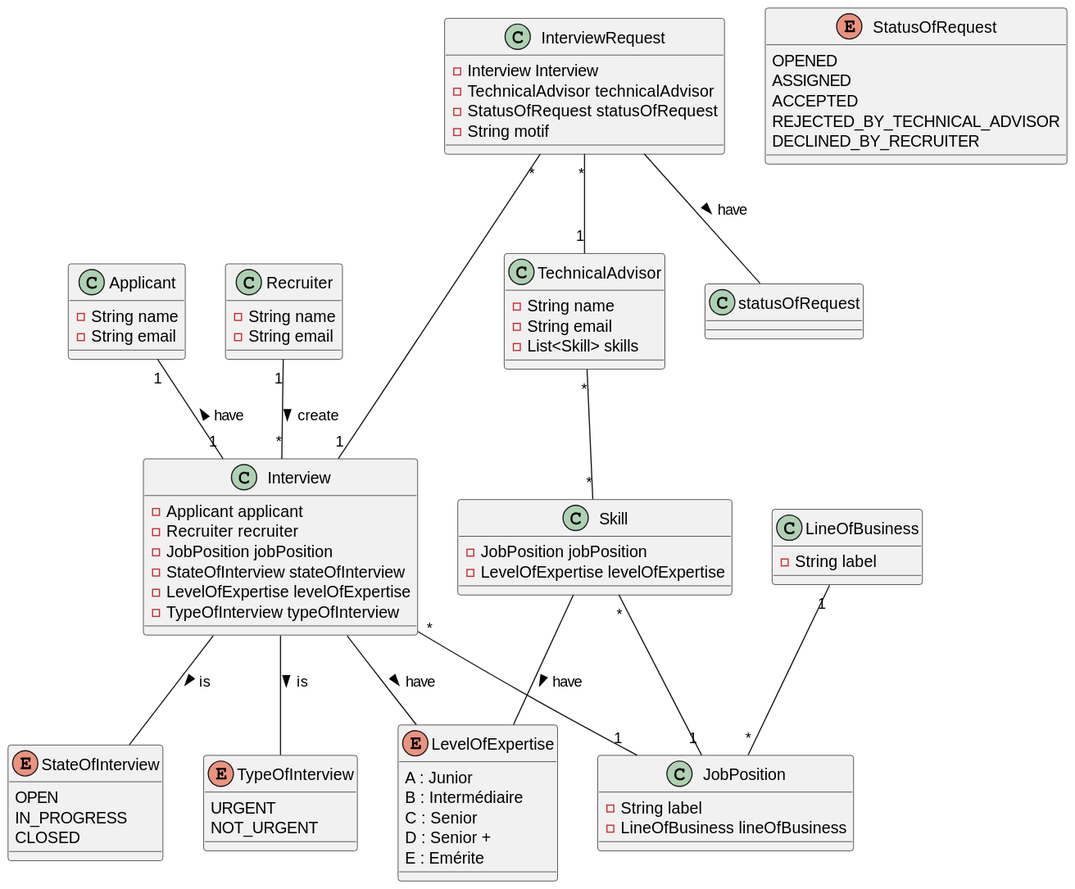
The PlantUML diagram documents/out/2-class/1-class_diagram/1-class_diagram.svg in iBoukhenna/interview-managment-system, before a commit.
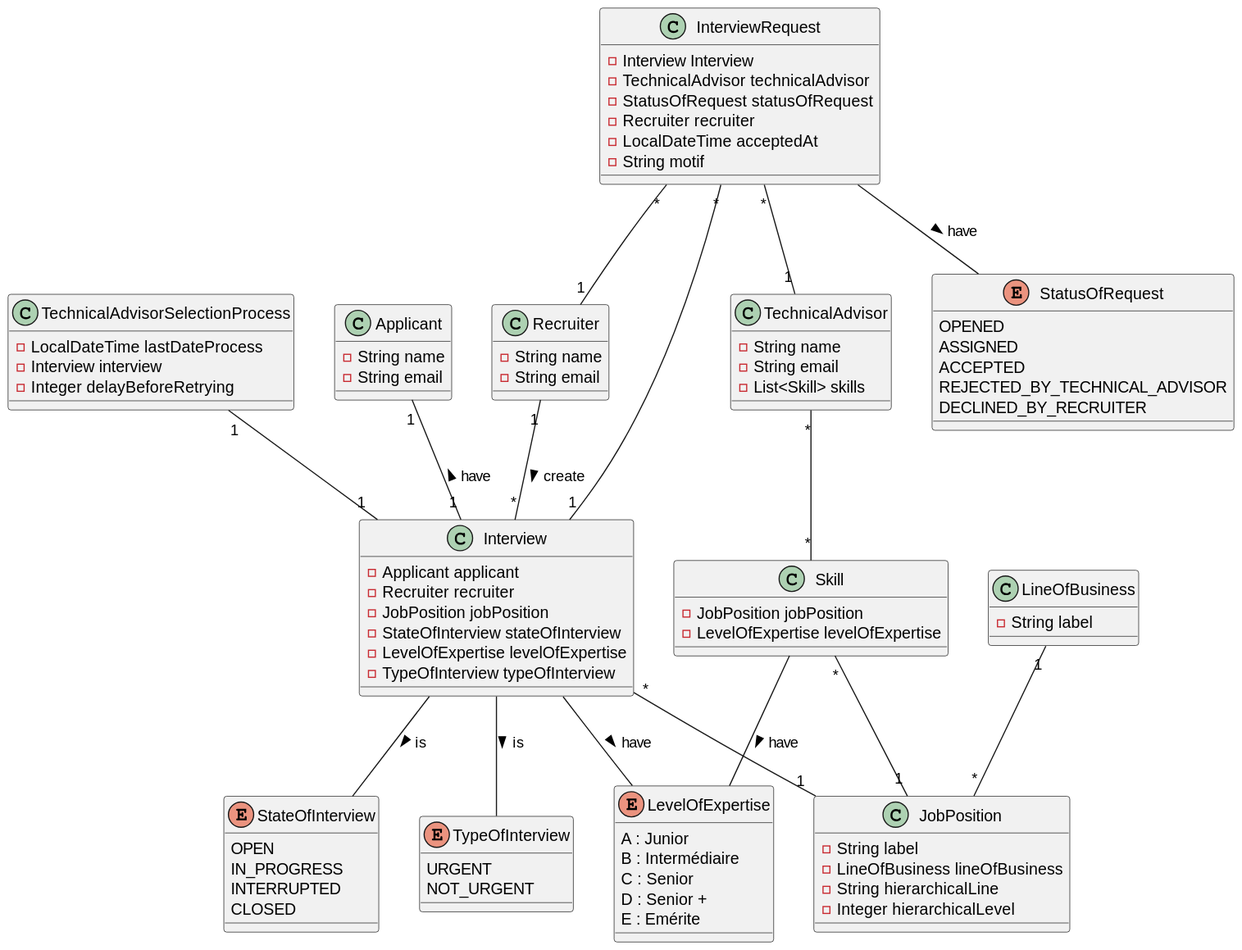
The same file after the commit.

The edit, as a diff of the source:
```diff
@@ -25,6 +25,7 @@
 enum StateOfInterview {
  OPEN
  IN_PROGRESS
+ INTERRUPTED
  CLOSED
 }
 
@@ -43,6 +44,8 @@
 class JobPosition {
  - String label
  - LineOfBusiness lineOfBusiness
+ - String hierarchicalLine
+ - Integer hierarchicalLevel
 }
 
 LineOfBusiness "1" -- "*" JobPosition
@@ -77,11 +80,22 @@
     - Interview Interview
     - TechnicalAdvisor technicalAdvisor
     - StatusOfRequest statusOfRequest
+    - Recruiter recruiter
+    - LocalDateTime acceptedAt
     - String motif
 }
 
+InterviewRequest "*" -- "1" Recruiter
 InterviewRequest "*" -- "1" Interview
 InterviewRequest "*" -- "1" TechnicalAdvisor
+
+class TechnicalAdvisorSelectionProcess {
+    - LocalDateTime lastDateProcess
+    - Interview interview
+    - Integer delayBeforeRetrying
+}
+
+TechnicalAdvisorSelectionProcess "1" -- "1" Interview
 
 enum StatusOfRequest {
  OPENED
@@ -91,6 +105,6 @@
  DECLINED_BY_RECRUITER
 }
 
-InterviewRequest -- statusOfRequest : have >
+InterviewRequest -- StatusOfRequest : have >
 
 @enduml
```
